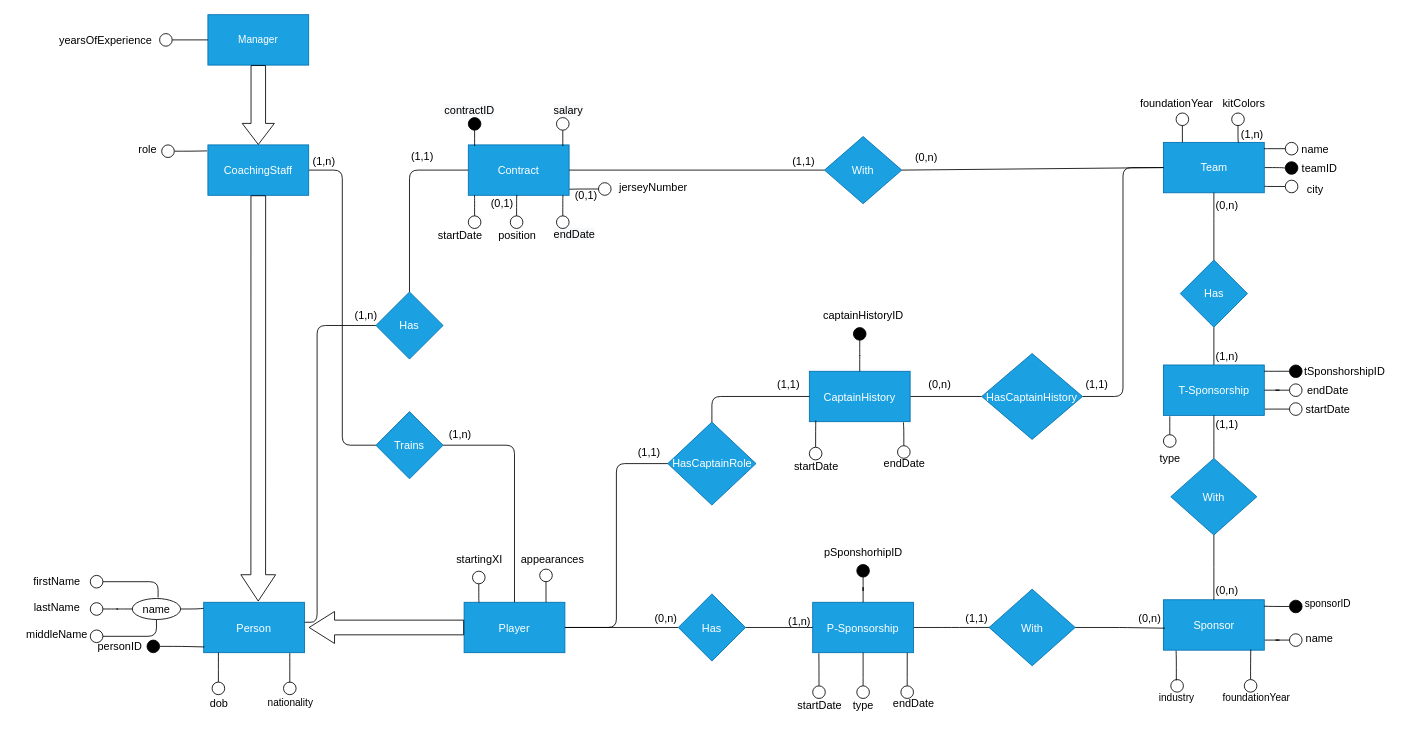
Before: football-club-database/diagrams/conceptual-schema.drawio in Maxxy21/football_clubs_database, a draw.io diagram. Source tidied: cells renumbered, new cells numbered last; positions are measured from the earlier drawing's top-left corner, leaving out a move shared by most shapes. Both pictures are drawn from the tidied source at 84%, with x=0, y=0 at pixel (14, 14).
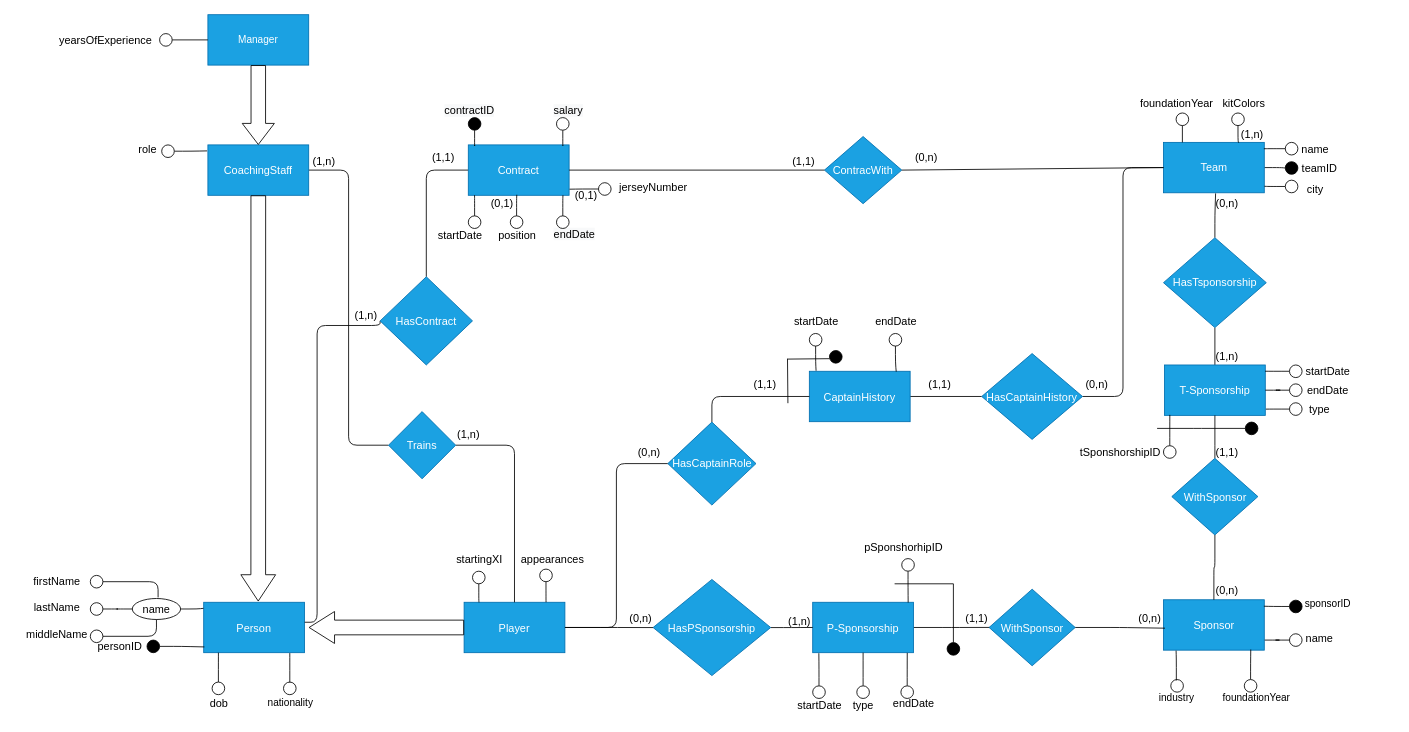
The same page after the edit.

The change refers to these unchanged cells:
```xml
<mxCell id="18" value="Team" style="whiteSpace=wrap;html=1;fontSize=13;fillColor=#1ba1e2;strokeColor=#006EAF;fontColor=#ffffff;" parent="1" vertex="1">
  <mxGeometry x="1367.6" y="152" width="120" height="60" as="geometry" />
</mxCell>
<mxCell id="68" value="CaptainHistory" style="rounded=0;whiteSpace=wrap;html=1;fontFamily=Helvetica;fontSize=13;fontColor=#ffffff;fillColor=#1ba1e2;strokeColor=#006EAF;" parent="1" vertex="1">
  <mxGeometry x="946" y="424.5" width="120" height="60" as="geometry" />
</mxCell>
<mxCell id="118" value="P-Sponsorship" style="rounded=0;whiteSpace=wrap;html=1;fontSize=13;fillColor=#1ba1e2;fontColor=#ffffff;strokeColor=#006EAF;" parent="1" vertex="1">
  <mxGeometry x="950" y="699.5" width="120" height="60" as="geometry" />
</mxCell>
```

Diff of the diagram source:
```diff
@@
-    <mxCell id="12" value="Has" style="rhombus;whiteSpace=wrap;html=1;fontSize=13;fillColor=#1ba1e2;fontColor=#ffffff;strokeColor=#006EAF;" parent="1" vertex="1">
-      <mxGeometry x="430" y="330" width="80" height="80" as="geometry" />
+    <mxCell id="12" value="HasContract" style="rhombus;whiteSpace=wrap;html=1;fontSize=13;fillColor=#1ba1e2;fontColor=#ffffff;strokeColor=#006EAF;" parent="1" vertex="1">
+      <mxGeometry x="435" y="312" width="110" height="105" as="geometry" />
     </mxCell>
@@
-    <mxCell id="15" value="With" style="rhombus;whiteSpace=wrap;html=1;fontSize=13;fillColor=#1ba1e2;fontColor=#ffffff;strokeColor=#006EAF;" parent="1" vertex="1">
+    <mxCell id="15" value="ContracWith" style="rhombus;whiteSpace=wrap;html=1;fontSize=13;fillColor=#1ba1e2;fontColor=#ffffff;strokeColor=#006EAF;" parent="1" vertex="1">
       <mxGeometry x="964" y="145" width="92" height="80" as="geometry" />
     </mxCell>
@@
     <mxCell id="53" value="(1,1)" style="text;html=1;align=center;verticalAlign=middle;strokeColor=none;fillColor=none;fontSize=13;fontFamily=Helvetica;fontColor=default;" parent="1" vertex="1">
-      <mxGeometry x="460" y="152.5" width="50" height="30" as="geometry" />
+      <mxGeometry x="485" y="155" width="50" height="30" as="geometry" />
     </mxCell>
@@
     <mxCell id="55" value="Trains" style="rhombus;whiteSpace=wrap;html=1;fontSize=13;fillColor=#1ba1e2;strokeColor=#006EAF;fontColor=#ffffff;rounded=0;" parent="1" vertex="1">
-      <mxGeometry x="430" y="472.5" width="80" height="80" as="geometry" />
+      <mxGeometry x="445" y="472.5" width="80" height="80" as="geometry" />
     </mxCell>
@@
     <mxCell id="57" value="(1,n)" style="text;html=1;align=center;verticalAlign=middle;strokeColor=none;fillColor=none;fontSize=13;fontFamily=Helvetica;fontColor=default;" parent="1" vertex="1">
-      <mxGeometry x="505" y="485" width="50" height="30" as="geometry" />
+      <mxGeometry x="515" y="485" width="50" height="30" as="geometry" />
     </mxCell>
@@
     <mxCell id="105" value="startDate" style="text;html=1;align=center;verticalAlign=middle;strokeColor=none;fillColor=none;fontSize=13;fontFamily=Helvetica;fontColor=default;" parent="1" vertex="1">
-      <mxGeometry x="913.5" y="522.5" width="80" height="30" as="geometry" />
+      <mxGeometry x="913.5" y="349.5" width="80" height="30" as="geometry" />
     </mxCell>
     <mxCell id="106" value="endDate" style="text;html=1;align=center;verticalAlign=middle;strokeColor=none;fillColor=none;fontSize=13;fontFamily=Helvetica;fontColor=default;" parent="1" vertex="1">
-      <mxGeometry x="1023.5" y="519.4" width="70" height="30" as="geometry" />
+      <mxGeometry x="1013.5" y="349.5" width="70" height="30" as="geometry" />
     </mxCell>
@@
-    <mxCell id="110" style="edgeStyle=orthogonalEdgeStyle;shape=connector;rounded=1;jettySize=auto;html=1;labelBackgroundColor=default;strokeColor=default;fontFamily=Helvetica;fontSize=13;fontColor=default;endArrow=none;endFill=0;fillColor=none;" parent="1" edge="1" source="112">
-      <mxGeometry relative="1" as="geometry">
-        <mxPoint x="1427.6" y="212" as="targetPoint" />
-      </mxGeometry>
-    </mxCell>
@@
+    <mxCell id="175" style="edgeStyle=orthogonalEdgeStyle;shape=connector;rounded=1;jettySize=auto;html=1;entryX=0.517;entryY=1.012;entryDx=0;entryDy=0;entryPerimeter=0;labelBackgroundColor=default;strokeColor=default;fontFamily=Helvetica;fontSize=13;fontColor=#ffffff;endArrow=none;endFill=0;fillColor=none;" parent="1" edge="1" source="112" target="18">
+      <mxGeometry relative="1" as="geometry" />
+    </mxCell>
-    <mxCell id="112" value="Has" style="rhombus;whiteSpace=wrap;html=1;fontSize=13;fillColor=#1ba1e2;fontColor=#ffffff;strokeColor=#006EAF;" parent="1" vertex="1">
-      <mxGeometry x="1387.6" y="292" width="80" height="80" as="geometry" />
+    <mxCell id="112" value="HasTsponsorship" style="rhombus;whiteSpace=wrap;html=1;fontSize=13;fillColor=#1ba1e2;fontColor=#ffffff;strokeColor=#006EAF;" parent="1" vertex="1">
+      <mxGeometry x="1367.6" y="265.5" width="122.4" height="107" as="geometry" />
     </mxCell>
     <mxCell id="113" value="T-Sponsorship" style="rounded=0;whiteSpace=wrap;html=1;fontFamily=Helvetica;fontSize=13;fontColor=#ffffff;fillColor=#1ba1e2;strokeColor=#006EAF;" parent="1" vertex="1">
-      <mxGeometry x="1367.6" y="417" width="120" height="60" as="geometry" />
+      <mxGeometry x="1368.8" y="417" width="120" height="60" as="geometry" />
     </mxCell>
@@
-    <mxCell id="116" value="With" style="rhombus;whiteSpace=wrap;html=1;fontSize=13;fillColor=#1ba1e2;strokeColor=#006EAF;fontColor=#ffffff;rounded=0;" parent="1" vertex="1">
-      <mxGeometry x="1376.3" y="528.2" width="102.5" height="91.2" as="geometry" />
+    <mxCell id="116" value="WithSponsor" style="rhombus;whiteSpace=wrap;html=1;fontSize=13;fillColor=#1ba1e2;strokeColor=#006EAF;fontColor=#ffffff;rounded=0;" parent="1" vertex="1">
+      <mxGeometry x="1377.5" y="528.1" width="102.5" height="91.2" as="geometry" />
     </mxCell>
@@
-    <mxCell id="120" value="Has" style="rhombus;whiteSpace=wrap;html=1;fontSize=13;fillColor=#1ba1e2;strokeColor=#006EAF;fontColor=#ffffff;rounded=0;" parent="1" vertex="1">
-      <mxGeometry x="790" y="689.5" width="80" height="80" as="geometry" />
+    <mxCell id="120" value="HasPSponsorship" style="rhombus;whiteSpace=wrap;html=1;fontSize=13;fillColor=#1ba1e2;strokeColor=#006EAF;fontColor=#ffffff;rounded=0;" parent="1" vertex="1">
+      <mxGeometry x="760" y="672.3" width="140" height="114.5" as="geometry" />
     </mxCell>
@@
-    <mxCell id="122" value="With" style="rhombus;whiteSpace=wrap;html=1;fontSize=13;fillColor=#1ba1e2;strokeColor=#006EAF;fontColor=#ffffff;rounded=0;" parent="1" vertex="1">
+    <mxCell id="122" value="WithSponsor" style="rhombus;whiteSpace=wrap;html=1;fontSize=13;fillColor=#1ba1e2;strokeColor=#006EAF;fontColor=#ffffff;rounded=0;" parent="1" vertex="1">
       <mxGeometry x="1160" y="683.9" width="102.5" height="91.2" as="geometry" />
     </mxCell>
-    <mxCell id="123" style="edgeStyle=orthogonalEdgeStyle;shape=connector;rounded=1;jettySize=auto;html=1;entryX=0.5;entryY=0;entryDx=0;entryDy=0;labelBackgroundColor=default;strokeColor=default;fontFamily=Helvetica;fontSize=13;fontColor=#ffffff;endArrow=none;endFill=0;fillColor=none;" parent="1" edge="1" source="124" target="118">
+    <mxCell id="123" style="edgeStyle=orthogonalEdgeStyle;shape=connector;rounded=1;jettySize=auto;html=1;entryX=0.947;entryY=0.005;entryDx=0;entryDy=0;entryPerimeter=0;labelBackgroundColor=default;strokeColor=default;fontFamily=Helvetica;fontSize=13;fontColor=#ffffff;endArrow=none;endFill=0;fillColor=none;" parent="1" edge="1" source="124" target="118">
       <mxGeometry relative="1" as="geometry" />
     </mxCell>
-    <mxCell id="124" style="ellipse;whiteSpace=wrap;html=1;fontSize=13;rounded=0;fillColor=#000000;" parent="1" vertex="1">
-      <mxGeometry x="1002.5" y="654.5" width="15" height="15" as="geometry" />
+    <mxCell id="124" style="ellipse;whiteSpace=wrap;html=1;fontSize=13;rounded=0;fillColor=#FFFFFF;" parent="1" vertex="1">
+      <mxGeometry x="1056" y="647.5" width="15" height="15" as="geometry" />
     </mxCell>
@@
-    <mxCell id="132" style="ellipse;whiteSpace=wrap;html=1;fontSize=13;rounded=0;fillColor=#000000;" parent="1" vertex="1">
+    <mxCell id="132" style="ellipse;whiteSpace=wrap;html=1;fontSize=13;rounded=0;fillColor=#FFFFFF;" parent="1" vertex="1">
       <mxGeometry x="1517.6" y="417" width="15" height="15" as="geometry" />
     </mxCell>
@@
     <mxCell id="137" value="startDate" style="text;html=1;align=center;verticalAlign=middle;strokeColor=none;fillColor=none;fontSize=13;fontFamily=Helvetica;fontColor=default;" parent="1" vertex="1">
-      <mxGeometry x="1522.6" y="454.5" width="80" height="30" as="geometry" />
+      <mxGeometry x="1522.6" y="409.5" width="80" height="30" as="geometry" />
     </mxCell>
@@
     <mxCell id="139" value="type" style="text;html=1;align=center;verticalAlign=middle;strokeColor=none;fillColor=none;fontSize=13;fontFamily=Helvetica;fontColor=default;" parent="1" vertex="1">
-      <mxGeometry x="1350.1" y="513.1" width="50" height="30" as="geometry" />
+      <mxGeometry x="1527.6" y="454.5" width="50" height="30" as="geometry" />
     </mxCell>
     <mxCell id="140" value="(1,1)" style="text;html=1;align=center;verticalAlign=middle;strokeColor=none;fillColor=none;fontSize=13;fontFamily=Helvetica;fontColor=default;" parent="1" vertex="1">
-      <mxGeometry x="896" y="424.5" width="50" height="30" as="geometry" />
+      <mxGeometry x="867.5" y="424.5" width="50" height="30" as="geometry" />
     </mxCell>
-    <mxCell id="141" value="(1,1)" style="text;html=1;align=center;verticalAlign=middle;strokeColor=none;fillColor=none;fontSize=13;fontFamily=Helvetica;fontColor=default;" parent="1" vertex="1">
+    <mxCell id="141" value="(0,n)" style="text;html=1;align=center;verticalAlign=middle;strokeColor=none;fillColor=none;fontSize=13;fontFamily=Helvetica;fontColor=default;" parent="1" vertex="1">
       <mxGeometry x="730" y="505.6" width="50" height="30" as="geometry" />
     </mxCell>
-    <mxCell id="142" value="(0,n)" style="text;html=1;align=center;verticalAlign=middle;strokeColor=none;fillColor=none;fontSize=13;fontFamily=Helvetica;fontColor=default;" parent="1" vertex="1">
+    <mxCell id="142" value="(1,1)" style="text;html=1;align=center;verticalAlign=middle;strokeColor=none;fillColor=none;fontSize=13;fontFamily=Helvetica;fontColor=default;" parent="1" vertex="1">
       <mxGeometry x="1076" y="424.5" width="50" height="30" as="geometry" />
     </mxCell>
-    <mxCell id="143" value="(1,1)" style="text;html=1;align=center;verticalAlign=middle;strokeColor=none;fillColor=none;fontSize=13;fontFamily=Helvetica;fontColor=default;" parent="1" vertex="1">
+    <mxCell id="143" value="(0,n)" style="text;html=1;align=center;verticalAlign=middle;strokeColor=none;fillColor=none;fontSize=13;fontFamily=Helvetica;fontColor=default;" parent="1" vertex="1">
       <mxGeometry x="1262.5" y="424.5" width="50" height="30" as="geometry" />
     </mxCell>
     <mxCell id="144" value="(0,n)" style="text;html=1;align=center;verticalAlign=middle;strokeColor=none;fillColor=none;fontSize=13;fontFamily=Helvetica;fontColor=default;" parent="1" vertex="1">
-      <mxGeometry x="750" y="702.5" width="50" height="30" as="geometry" />
+      <mxGeometry x="720" y="702.5" width="50" height="30" as="geometry" />
     </mxCell>
@@
     <mxCell id="146" value="(0,n)" style="text;html=1;align=center;verticalAlign=middle;strokeColor=none;fillColor=none;fontSize=13;fontFamily=Helvetica;fontColor=default;" parent="1" vertex="1">
-      <mxGeometry x="1417.6" y="212" width="50" height="30" as="geometry" />
+      <mxGeometry x="1417.6" y="209.5" width="50" height="30" as="geometry" />
     </mxCell>
     <mxCell id="147" value="(1,1)" style="text;html=1;align=center;verticalAlign=middle;strokeColor=none;fillColor=none;fontSize=13;fontFamily=Helvetica;fontColor=default;" parent="1" vertex="1">
-      <mxGeometry x="1417.6" y="472.5" width="50" height="30" as="geometry" />
+      <mxGeometry x="1417.6" y="505.6" width="50" height="30" as="geometry" />
     </mxCell>
@@
-    <mxCell id="159" value="captainHistoryID" style="text;html=1;align=center;verticalAlign=middle;strokeColor=none;fillColor=none;fontSize=13;fontFamily=Helvetica;fontColor=default;" parent="1" vertex="1">
-      <mxGeometry x="950" y="342.5" width="120" height="30" as="geometry" />
-    </mxCell>
@@
-    <mxCell id="162" style="edgeStyle=orthogonalEdgeStyle;shape=connector;rounded=1;jettySize=auto;html=1;entryX=0.064;entryY=0.975;entryDx=0;entryDy=0;entryPerimeter=0;labelBackgroundColor=default;strokeColor=default;fontFamily=Helvetica;fontSize=13;fontColor=#ffffff;endArrow=none;endFill=0;fillColor=none;" parent="1" edge="1" source="163" target="68">
-      <mxGeometry relative="1" as="geometry" />
-    </mxCell>
-    <mxCell id="163" style="ellipse;whiteSpace=wrap;html=1;fontSize=13;rounded=0;" parent="1" vertex="1">
-      <mxGeometry x="946" y="515" width="15" height="15" as="geometry" />
-    </mxCell>
-    <mxCell id="164" style="edgeStyle=orthogonalEdgeStyle;shape=connector;rounded=1;jettySize=auto;html=1;entryX=0.933;entryY=1.014;entryDx=0;entryDy=0;entryPerimeter=0;labelBackgroundColor=default;strokeColor=default;fontFamily=Helvetica;fontSize=13;fontColor=#ffffff;endArrow=none;endFill=0;fillColor=none;" parent="1" edge="1" source="165" target="68">
+    <mxCell id="164" style="edgeStyle=orthogonalEdgeStyle;shape=connector;rounded=1;jettySize=auto;html=1;entryX=0.862;entryY=0.007;entryDx=0;entryDy=0;entryPerimeter=0;labelBackgroundColor=default;strokeColor=default;fontFamily=Helvetica;fontSize=13;fontColor=#ffffff;endArrow=none;endFill=0;fillColor=none;" parent="1" edge="1" source="165" target="68">
       <mxGeometry relative="1" as="geometry" />
     </mxCell>
     <mxCell id="165" style="ellipse;whiteSpace=wrap;html=1;fontSize=13;rounded=0;" parent="1" vertex="1">
-      <mxGeometry x="1051" y="513.1" width="15" height="15" as="geometry" />
+      <mxGeometry x="1041" y="379.5" width="15" height="15" as="geometry" />
     </mxCell>
-    <mxCell id="166" style="edgeStyle=orthogonalEdgeStyle;shape=connector;rounded=1;jettySize=auto;html=1;entryX=0.5;entryY=0;entryDx=0;entryDy=0;labelBackgroundColor=default;strokeColor=default;fontFamily=Helvetica;fontSize=13;fontColor=#ffffff;endArrow=none;endFill=0;fillColor=none;" parent="1" edge="1" source="167" target="68">
-      <mxGeometry relative="1" as="geometry" />
-    </mxCell>
-    <mxCell id="167" style="ellipse;whiteSpace=wrap;html=1;fontSize=13;rounded=0;fillColor=#000000;" parent="1" vertex="1">
-      <mxGeometry x="998.5" y="372.5" width="15" height="15" as="geometry" />
-    </mxCell>
@@
     <mxCell id="170" value="pSponshorhipID" style="text;html=1;align=center;verticalAlign=middle;strokeColor=none;fillColor=none;fontSize=13;fontFamily=Helvetica;fontColor=default;" parent="1" vertex="1">
-      <mxGeometry x="950" y="624.5" width="120" height="30" as="geometry" />
+      <mxGeometry x="997.5" y="619.3" width="120" height="30" as="geometry" />
     </mxCell>
-    <mxCell id="171" style="edgeStyle=orthogonalEdgeStyle;shape=connector;rounded=1;jettySize=auto;html=1;entryX=0.063;entryY=1.019;entryDx=0;entryDy=0;entryPerimeter=0;labelBackgroundColor=default;strokeColor=default;fontFamily=Helvetica;fontSize=13;fontColor=#ffffff;endArrow=none;endFill=0;fillColor=none;" parent="1" edge="1" source="172" target="113">
+    <mxCell id="171" style="edgeStyle=orthogonalEdgeStyle;shape=connector;rounded=1;jettySize=auto;html=1;entryX=0.053;entryY=0.99;entryDx=0;entryDy=0;entryPerimeter=0;labelBackgroundColor=default;strokeColor=default;fontFamily=Helvetica;fontSize=13;fontColor=#ffffff;endArrow=none;endFill=0;fillColor=none;" parent="1" edge="1" source="172" target="113">
       <mxGeometry relative="1" as="geometry" />
     </mxCell>
     <mxCell id="172" style="ellipse;whiteSpace=wrap;html=1;fontSize=13;rounded=0;" parent="1" vertex="1">
-      <mxGeometry x="1367.6" y="500" width="15" height="15" as="geometry" />
+      <mxGeometry x="1367.6" y="513.1" width="15" height="15" as="geometry" />
     </mxCell>
     <mxCell id="173" value="tSponshorshipID" style="text;html=1;align=center;verticalAlign=middle;strokeColor=none;fillColor=none;fontSize=13;fontFamily=Helvetica;fontColor=default;" parent="1" vertex="1">
-      <mxGeometry x="1522.6" y="409.5" width="120" height="30" as="geometry" />
+      <mxGeometry x="1256.3" y="505.6" width="120" height="30" as="geometry" />
     </mxCell>
@@
+    <mxCell id="176" style="edgeStyle=orthogonalEdgeStyle;shape=connector;rounded=1;jettySize=auto;html=1;entryX=0.067;entryY=-0.011;entryDx=0;entryDy=0;entryPerimeter=0;labelBackgroundColor=default;strokeColor=default;fontFamily=Helvetica;fontSize=13;fontColor=#ffffff;endArrow=none;endFill=0;fillColor=none;" parent="1" edge="1" source="177" target="68">
+      <mxGeometry relative="1" as="geometry" />
+    </mxCell>
+    <mxCell id="177" style="ellipse;whiteSpace=wrap;html=1;fontSize=13;rounded=0;" parent="1" vertex="1">
+      <mxGeometry x="946" y="379.5" width="15" height="15" as="geometry" />
+    </mxCell>
+    <mxCell id="178" style="ellipse;whiteSpace=wrap;html=1;fontSize=13;rounded=0;fillColor=#000000;" parent="1" vertex="1">
+      <mxGeometry x="970" y="399.8" width="15" height="15" as="geometry" />
+    </mxCell>
+    <mxCell id="179" style="endArrow=none;html=1;rounded=1;labelBackgroundColor=default;strokeColor=default;fontFamily=Helvetica;fontSize=13;fontColor=#ffffff;fillColor=none;shape=connector;" parent="1" edge="1">
+      <mxGeometry relative="1" as="geometry">
+        <mxPoint x="920" y="410" as="sourcePoint" />
+        <mxPoint x="970" y="409.5" as="targetPoint" />
+      </mxGeometry>
+    </mxCell>
+    <mxCell id="180" style="endArrow=none;html=1;rounded=1;labelBackgroundColor=default;strokeColor=default;fontFamily=Helvetica;fontSize=13;fontColor=#ffffff;fillColor=none;shape=connector;" parent="1" edge="1">
+      <mxGeometry relative="1" as="geometry">
+        <mxPoint x="920.5" y="462.5" as="sourcePoint" />
+        <mxPoint x="920" y="409.5" as="targetPoint" />
+      </mxGeometry>
+    </mxCell>
+    <mxCell id="181" style="endArrow=none;html=1;rounded=1;labelBackgroundColor=default;strokeColor=default;fontFamily=Helvetica;fontSize=13;fontColor=#ffffff;fillColor=none;shape=connector;" parent="1" edge="1">
+      <mxGeometry relative="1" as="geometry">
+        <mxPoint x="1047.5" y="677.5" as="sourcePoint" />
+        <mxPoint x="1117.5" y="677.5" as="targetPoint" />
+      </mxGeometry>
+    </mxCell>
+    <mxCell id="182" style="endArrow=none;html=1;rounded=1;labelBackgroundColor=default;strokeColor=default;fontFamily=Helvetica;fontSize=13;fontColor=#ffffff;fillColor=none;shape=connector;" parent="1" edge="1">
+      <mxGeometry relative="1" as="geometry">
+        <mxPoint x="1117.5" y="747.5" as="sourcePoint" />
+        <mxPoint x="1117.5" y="677.5" as="targetPoint" />
+      </mxGeometry>
+    </mxCell>
+    <mxCell id="183" style="ellipse;whiteSpace=wrap;html=1;fontSize=13;rounded=0;fillColor=#000000;" parent="1" vertex="1">
+      <mxGeometry x="1110" y="747.5" width="15" height="15" as="geometry" />
+    </mxCell>
+    <mxCell id="184" style="edgeStyle=orthogonalEdgeStyle;shape=connector;rounded=1;jettySize=auto;html=1;labelBackgroundColor=default;strokeColor=default;fontFamily=Helvetica;fontSize=13;fontColor=#ffffff;endArrow=none;endFill=0;fillColor=none;" parent="1" edge="1" source="185">
+      <mxGeometry relative="1" as="geometry">
+        <mxPoint x="1360" y="492.5" as="targetPoint" />
+      </mxGeometry>
+    </mxCell>
+    <mxCell id="185" style="ellipse;whiteSpace=wrap;html=1;fontSize=13;rounded=0;fillColor=#000000;" parent="1" vertex="1">
+      <mxGeometry x="1465" y="485" width="15" height="15" as="geometry" />
+    </mxCell>
```
